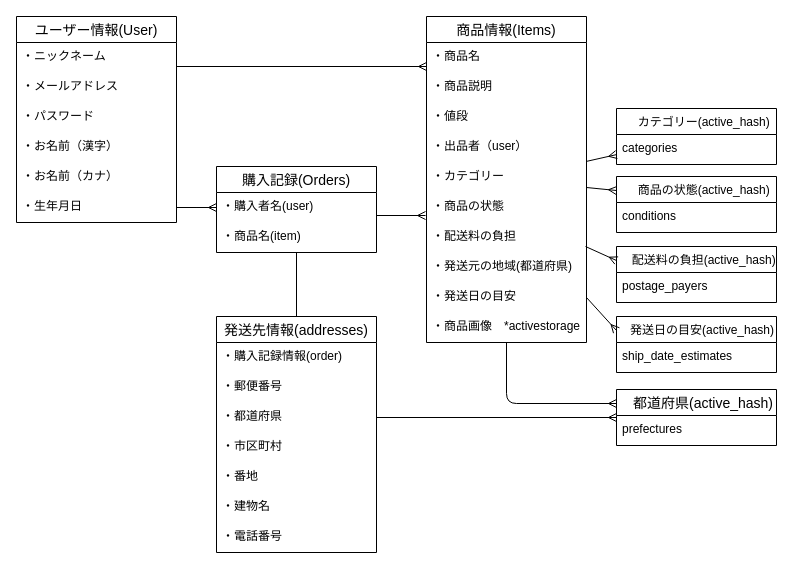
Above: app/test.dio in matsuda0513/furima-41038 (draw.io), before the change. Source tidied: cells renumbered, new cells numbered last; positions are measured from the earlier drawing's top-left corner, leaving out a move shared by most shapes. Both pictures are drawn from the tidied source at 100%, with x=0, y=0 at pixel (16, 16).
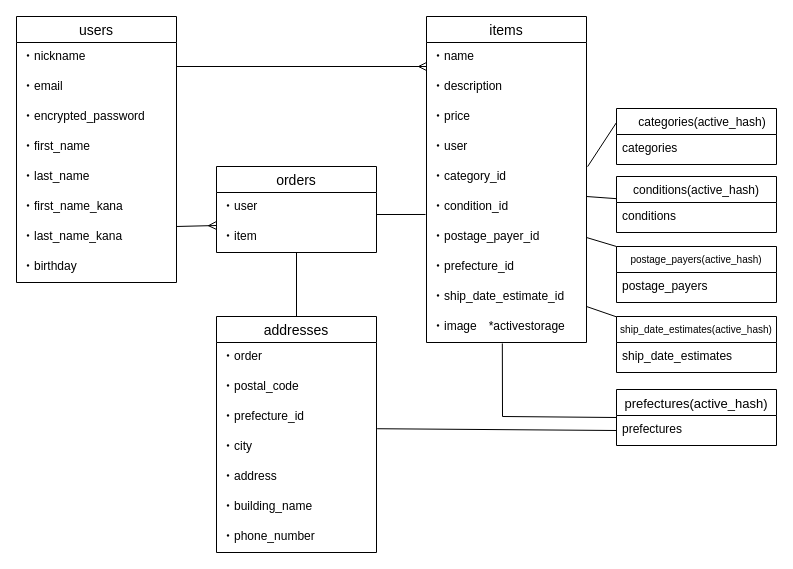
Above is the later version.

Commit message (it also covers changes not shown here):
修正コメントの修正

カラム名複数形、アクティブハッシュのアソシエーション（README、ER図）

The change refers to these unchanged cells:
```xml
<mxCell id="36" value="prefectures" style="text;strokeColor=none;fillColor=none;spacingLeft=4;spacingRight=4;overflow=hidden;points=[[0,0.5],[1,0.5]];portConstraint=eastwest;fontSize=12;" parent="35" vertex="1">
  <mxGeometry y="26" width="160" height="30" as="geometry" />
</mxCell>
```

Change to the diagram source:
```diff
@@
-    <mxCell id="2" value="購入記録(Orders)" style="swimlane;fontStyle=0;horizontal=1;startSize=26;align=center;fontSize=14;" parent="1" vertex="1">
+    <mxCell id="2" value="orders" style="swimlane;fontStyle=0;horizontal=1;startSize=26;align=center;fontSize=14;" parent="1" vertex="1">
       <mxGeometry x="200" y="150" width="160" height="86" as="geometry" />
     </mxCell>
-    <mxCell id="3" value="・購入者名(user)" style="text;strokeColor=none;fillColor=none;spacingLeft=4;spacingRight=4;overflow=hidden;points=[[0,0.5],[1,0.5]];portConstraint=eastwest;fontSize=12;" parent="2" vertex="1">
+    <mxCell id="3" value="・user" style="text;strokeColor=none;fillColor=none;spacingLeft=4;spacingRight=4;overflow=hidden;points=[[0,0.5],[1,0.5]];portConstraint=eastwest;fontSize=12;" parent="2" vertex="1">
       <mxGeometry y="26" width="160" height="30" as="geometry" />
     </mxCell>
-    <mxCell id="4" value="・商品名(item)" style="text;strokeColor=none;fillColor=none;spacingLeft=4;spacingRight=4;overflow=hidden;fontSize=12;" parent="2" vertex="1">
+    <mxCell id="4" value="・item" style="text;strokeColor=none;fillColor=none;spacingLeft=4;spacingRight=4;overflow=hidden;fontSize=12;" parent="2" vertex="1">
       <mxGeometry y="56" width="160" height="30" as="geometry" />
     </mxCell>
-    <mxCell id="5" value="ユーザー情報(User)" style="swimlane;fontStyle=0;horizontal=1;startSize=26;align=center;fontSize=14;" parent="1" vertex="1">
-      <mxGeometry width="160" height="206" as="geometry" />
+    <mxCell id="5" value="users" style="swimlane;fontStyle=0;horizontal=1;startSize=26;align=center;fontSize=14;" parent="1" vertex="1">
+      <mxGeometry width="160" height="266" as="geometry" />
     </mxCell>
-    <mxCell id="6" value="・ニックネーム" style="text;strokeColor=none;fillColor=none;spacingLeft=4;spacingRight=4;overflow=hidden;fontSize=12;" parent="5" vertex="1">
+    <mxCell id="6" value="・nickname" style="text;strokeColor=none;fillColor=none;spacingLeft=4;spacingRight=4;overflow=hidden;fontSize=12;" parent="5" vertex="1">
       <mxGeometry y="26" width="160" height="30" as="geometry" />
     </mxCell>
-    <mxCell id="7" value="・メールアドレス" style="text;strokeColor=none;fillColor=none;spacingLeft=4;spacingRight=4;overflow=hidden;fontSize=12;" parent="5" vertex="1">
+    <mxCell id="7" value="・email" style="text;strokeColor=none;fillColor=none;spacingLeft=4;spacingRight=4;overflow=hidden;fontSize=12;" parent="5" vertex="1">
       <mxGeometry y="56" width="160" height="30" as="geometry" />
     </mxCell>
-    <mxCell id="8" value="・パスワード " style="text;strokeColor=none;fillColor=none;spacingLeft=4;spacingRight=4;overflow=hidden;fontSize=12;" parent="5" vertex="1">
+    <mxCell id="8" value="・encrypted_password" style="text;strokeColor=none;fillColor=none;spacingLeft=4;spacingRight=4;overflow=hidden;fontSize=12;" parent="5" vertex="1">
       <mxGeometry y="86" width="160" height="30" as="geometry" />
     </mxCell>
-    <mxCell id="9" value="・お名前（漢字）" style="text;strokeColor=none;fillColor=none;spacingLeft=4;spacingRight=4;overflow=hidden;fontSize=12;" parent="5" vertex="1">
+    <mxCell id="9" value="・first_name" style="text;strokeColor=none;fillColor=none;spacingLeft=4;spacingRight=4;overflow=hidden;fontSize=12;" parent="5" vertex="1">
       <mxGeometry y="116" width="160" height="30" as="geometry" />
     </mxCell>
+    <mxCell id="51" value="・last_name" style="text;strokeColor=none;fillColor=none;spacingLeft=4;spacingRight=4;overflow=hidden;fontSize=12;" parent="5" vertex="1">
+      <mxGeometry y="146" width="160" height="30" as="geometry" />
+    </mxCell>
+    <mxCell id="52" value="・first_name_kana" style="text;strokeColor=none;fillColor=none;spacingLeft=4;spacingRight=4;overflow=hidden;fontSize=12;" parent="5" vertex="1">
+      <mxGeometry y="176" width="160" height="30" as="geometry" />
+    </mxCell>
-    <mxCell id="10" value="・お名前（カナ）" style="text;strokeColor=none;fillColor=none;spacingLeft=4;spacingRight=4;overflow=hidden;points=[[0,0.5],[1,0.5]];portConstraint=eastwest;fontSize=12;" parent="5" vertex="1">
-      <mxGeometry y="146" width="160" height="30" as="geometry" />
+    <mxCell id="10" value="・last_name_kana" style="text;strokeColor=none;fillColor=none;spacingLeft=4;spacingRight=4;overflow=hidden;points=[[0,0.5],[1,0.5]];portConstraint=eastwest;fontSize=12;" parent="5" vertex="1">
+      <mxGeometry y="206" width="160" height="30" as="geometry" />
     </mxCell>
-    <mxCell id="11" value="・生年月日" style="text;strokeColor=none;fillColor=none;spacingLeft=4;spacingRight=4;overflow=hidden;points=[[0,0.5],[1,0.5]];portConstraint=eastwest;fontSize=12;" parent="5" vertex="1">
-      <mxGeometry y="176" width="160" height="30" as="geometry" />
-    </mxCell>
+    <mxCell id="53" value="・birthday" style="text;strokeColor=none;fillColor=none;spacingLeft=4;spacingRight=4;overflow=hidden;fontSize=12;" parent="5" vertex="1">
+      <mxGeometry y="236" width="160" height="30" as="geometry" />
+    </mxCell>
-    <mxCell id="12" value="商品情報(Items)" style="swimlane;fontStyle=0;horizontal=1;startSize=26;align=center;fontSize=14;" parent="1" vertex="1">
+    <mxCell id="12" value="items" style="swimlane;fontStyle=0;horizontal=1;startSize=26;align=center;fontSize=14;" parent="1" vertex="1">
       <mxGeometry x="410" width="160" height="326" as="geometry" />
     </mxCell>
-    <mxCell id="13" value="・商品名" style="text;strokeColor=none;fillColor=none;spacingLeft=4;spacingRight=4;overflow=hidden;points=[[0,0.5],[1,0.5]];portConstraint=eastwest;fontSize=12;" parent="12" vertex="1">
+    <mxCell id="13" value="・name" style="text;strokeColor=none;fillColor=none;spacingLeft=4;spacingRight=4;overflow=hidden;points=[[0,0.5],[1,0.5]];portConstraint=eastwest;fontSize=12;" parent="12" vertex="1">
       <mxGeometry y="26" width="160" height="30" as="geometry" />
     </mxCell>
-    <mxCell id="14" value="・商品説明" style="text;strokeColor=none;fillColor=none;spacingLeft=4;spacingRight=4;overflow=hidden;fontSize=12;" parent="12" vertex="1">
+    <mxCell id="14" value="・description" style="text;strokeColor=none;fillColor=none;spacingLeft=4;spacingRight=4;overflow=hidden;fontSize=12;" parent="12" vertex="1">
       <mxGeometry y="56" width="160" height="30" as="geometry" />
     </mxCell>
-    <mxCell id="15" value="・値段" style="text;strokeColor=none;fillColor=none;spacingLeft=4;spacingRight=4;overflow=hidden;fontSize=12;" parent="12" vertex="1">
+    <mxCell id="15" value="・price" style="text;strokeColor=none;fillColor=none;spacingLeft=4;spacingRight=4;overflow=hidden;fontSize=12;" parent="12" vertex="1">
       <mxGeometry y="86" width="160" height="30" as="geometry" />
     </mxCell>
-    <mxCell id="16" value="・出品者（user）" style="text;strokeColor=none;fillColor=none;spacingLeft=4;spacingRight=4;overflow=hidden;fontSize=12;" parent="12" vertex="1">
+    <mxCell id="16" value="・user" style="text;strokeColor=none;fillColor=none;spacingLeft=4;spacingRight=4;overflow=hidden;fontSize=12;" parent="12" vertex="1">
       <mxGeometry y="116" width="160" height="30" as="geometry" />
     </mxCell>
-    <mxCell id="17" value="・カテゴリー" style="text;strokeColor=none;fillColor=none;spacingLeft=4;spacingRight=4;overflow=hidden;points=[[0,0.5],[1,0.5]];portConstraint=eastwest;fontSize=12;" parent="12" vertex="1">
+    <mxCell id="17" value="・category_id" style="text;strokeColor=none;fillColor=none;spacingLeft=4;spacingRight=4;overflow=hidden;points=[[0,0.5],[1,0.5]];portConstraint=eastwest;fontSize=12;" parent="12" vertex="1">
       <mxGeometry y="146" width="160" height="30" as="geometry" />
     </mxCell>
-    <mxCell id="18" value="・商品の状態" style="text;strokeColor=none;fillColor=none;spacingLeft=4;spacingRight=4;overflow=hidden;points=[[0,0.5],[1,0.5]];portConstraint=eastwest;fontSize=12;" parent="12" vertex="1">
+    <mxCell id="18" value="・condition_id" style="text;strokeColor=none;fillColor=none;spacingLeft=4;spacingRight=4;overflow=hidden;points=[[0,0.5],[1,0.5]];portConstraint=eastwest;fontSize=12;" parent="12" vertex="1">
       <mxGeometry y="176" width="160" height="30" as="geometry" />
     </mxCell>
-    <mxCell id="19" value="・配送料の負担" style="text;strokeColor=none;fillColor=none;spacingLeft=4;spacingRight=4;overflow=hidden;points=[[0,0.5],[1,0.5]];portConstraint=eastwest;fontSize=12;" parent="12" vertex="1">
+    <mxCell id="19" value="・postage_payer_id" style="text;strokeColor=none;fillColor=none;spacingLeft=4;spacingRight=4;overflow=hidden;points=[[0,0.5],[1,0.5]];portConstraint=eastwest;fontSize=12;" parent="12" vertex="1">
       <mxGeometry y="206" width="160" height="30" as="geometry" />
     </mxCell>
-    <mxCell id="20" value="・発送元の地域(都道府県)" style="text;strokeColor=none;fillColor=none;spacingLeft=4;spacingRight=4;overflow=hidden;fontSize=12;" parent="12" vertex="1">
+    <mxCell id="20" value="・prefecture_id" style="text;strokeColor=none;fillColor=none;spacingLeft=4;spacingRight=4;overflow=hidden;fontSize=12;" parent="12" vertex="1">
       <mxGeometry y="236" width="160" height="30" as="geometry" />
     </mxCell>
-    <mxCell id="21" value="・発送日の目安" style="text;strokeColor=none;fillColor=none;spacingLeft=4;spacingRight=4;overflow=hidden;points=[[0,0.5],[1,0.5]];portConstraint=eastwest;fontSize=12;" parent="12" vertex="1">
+    <mxCell id="21" value="・ship_date_estimate_id" style="text;strokeColor=none;fillColor=none;spacingLeft=4;spacingRight=4;overflow=hidden;points=[[0,0.5],[1,0.5]];portConstraint=eastwest;fontSize=12;" parent="12" vertex="1">
       <mxGeometry y="266" width="160" height="30" as="geometry" />
     </mxCell>
-    <mxCell id="22" value="・商品画像　*activestorage" style="text;strokeColor=none;fillColor=none;spacingLeft=4;spacingRight=4;overflow=hidden;points=[[0,0.5],[1,0.5]];portConstraint=eastwest;fontSize=12;" parent="12" vertex="1">
+    <mxCell id="22" value="・image　*activestorage" style="text;strokeColor=none;fillColor=none;spacingLeft=4;spacingRight=4;overflow=hidden;points=[[0,0.5],[1,0.5]];portConstraint=eastwest;fontSize=12;" parent="12" vertex="1">
       <mxGeometry y="296" width="160" height="30" as="geometry" />
     </mxCell>
-    <mxCell id="23" value="発送先情報(addresses)" style="swimlane;fontStyle=0;horizontal=1;startSize=26;align=center;fontSize=14;" parent="1" vertex="1">
+    <mxCell id="23" value="addresses" style="swimlane;fontStyle=0;horizontal=1;startSize=26;align=center;fontSize=14;" parent="1" vertex="1">
       <mxGeometry x="200" y="300" width="160" height="236" as="geometry" />
     </mxCell>
-    <mxCell id="24" value="・購入記録情報(order)" style="text;strokeColor=none;fillColor=none;spacingLeft=4;spacingRight=4;overflow=hidden;fontSize=12;" parent="23" vertex="1">
+    <mxCell id="24" value="・order" style="text;strokeColor=none;fillColor=none;spacingLeft=4;spacingRight=4;overflow=hidden;fontSize=12;" parent="23" vertex="1">
       <mxGeometry y="26" width="160" height="30" as="geometry" />
     </mxCell>
-    <mxCell id="25" value="・郵便番号    " style="text;strokeColor=none;fillColor=none;spacingLeft=4;spacingRight=4;overflow=hidden;fontSize=12;" parent="23" vertex="1">
+    <mxCell id="25" value="・postal_code" style="text;strokeColor=none;fillColor=none;spacingLeft=4;spacingRight=4;overflow=hidden;fontSize=12;" parent="23" vertex="1">
       <mxGeometry y="56" width="160" height="30" as="geometry" />
     </mxCell>
-    <mxCell id="26" value="・都道府県" style="text;strokeColor=none;fillColor=none;spacingLeft=4;spacingRight=4;overflow=hidden;points=[[0,0.5],[1,0.5]];portConstraint=eastwest;fontSize=12;" parent="23" vertex="1">
+    <mxCell id="26" value="・prefecture_id" style="text;strokeColor=none;fillColor=none;spacingLeft=4;spacingRight=4;overflow=hidden;points=[[0,0.5],[1,0.5]];portConstraint=eastwest;fontSize=12;" parent="23" vertex="1">
       <mxGeometry y="86" width="160" height="30" as="geometry" />
     </mxCell>
-    <mxCell id="27" value="・市区町村" style="text;strokeColor=none;fillColor=none;spacingLeft=4;spacingRight=4;overflow=hidden;points=[[0,0.5],[1,0.5]];portConstraint=eastwest;fontSize=12;" parent="23" vertex="1">
+    <mxCell id="27" value="・city" style="text;strokeColor=none;fillColor=none;spacingLeft=4;spacingRight=4;overflow=hidden;points=[[0,0.5],[1,0.5]];portConstraint=eastwest;fontSize=12;" parent="23" vertex="1">
       <mxGeometry y="116" width="160" height="30" as="geometry" />
     </mxCell>
-    <mxCell id="28" value="・番地" style="text;strokeColor=none;fillColor=none;spacingLeft=4;spacingRight=4;overflow=hidden;fontSize=12;" parent="23" vertex="1">
+    <mxCell id="28" value="・address" style="text;strokeColor=none;fillColor=none;spacingLeft=4;spacingRight=4;overflow=hidden;fontSize=12;" parent="23" vertex="1">
       <mxGeometry y="146" width="160" height="30" as="geometry" />
     </mxCell>
-    <mxCell id="29" value="・建物名" style="text;strokeColor=none;fillColor=none;spacingLeft=4;spacingRight=4;overflow=hidden;fontSize=12;" parent="23" vertex="1">
+    <mxCell id="29" value="・building_name" style="text;strokeColor=none;fillColor=none;spacingLeft=4;spacingRight=4;overflow=hidden;fontSize=12;" parent="23" vertex="1">
       <mxGeometry y="176" width="160" height="30" as="geometry" />
     </mxCell>
-    <mxCell id="30" value="・電話番号" style="text;strokeColor=none;fillColor=none;spacingLeft=4;spacingRight=4;overflow=hidden;fontSize=12;" parent="23" vertex="1">
+    <mxCell id="30" value="・phone_number" style="text;strokeColor=none;fillColor=none;spacingLeft=4;spacingRight=4;overflow=hidden;fontSize=12;" parent="23" vertex="1">
       <mxGeometry y="206" width="160" height="30" as="geometry" />
     </mxCell>
-    <mxCell id="31" style="edgeStyle=entityRelationEdgeStyle;fontSize=12;html=1;endArrow=ERmany;exitX=1;exitY=0.5;exitDx=0;exitDy=0;" parent="1" edge="1" source="11" target="3">
-      <mxGeometry relative="1" as="geometry" />
-    </mxCell>
@@
-    <mxCell id="33" value="　 カテゴリー(active_hash)" style="swimlane;fontStyle=0;horizontal=1;startSize=26;align=center;fontSize=12;" parent="1" vertex="1">
+    <mxCell id="33" value="　categories(active_hash)" style="swimlane;fontStyle=0;horizontal=1;startSize=26;align=center;fontSize=12;" parent="1" vertex="1">
       <mxGeometry x="600" y="92" width="160" height="56" as="geometry" />
     </mxCell>
@@
-    <mxCell id="35" value="　都道府県(active_hash)" style="swimlane;fontStyle=0;horizontal=1;startSize=26;align=center;fontSize=14;" parent="1" vertex="1">
+    <mxCell id="35" value="prefectures(active_hash)" style="swimlane;fontStyle=0;horizontal=1;startSize=26;align=center;fontSize=13;" parent="1" vertex="1">
       <mxGeometry x="600" y="373" width="160" height="56" as="geometry" />
     </mxCell>
@@
-    <mxCell id="37" value="　 商品の状態(active_hash)" style="swimlane;fontStyle=0;horizontal=1;startSize=26;align=center;fontSize=12;" parent="1" vertex="1">
+    <mxCell id="37" value="conditions(active_hash)" style="swimlane;fontStyle=0;horizontal=1;startSize=26;align=center;fontSize=12;" parent="1" vertex="1">
       <mxGeometry x="600" y="160" width="160" height="56" as="geometry" />
     </mxCell>
@@
-    <mxCell id="39" value="　 配送料の負担(active_hash)" style="swimlane;fontStyle=0;horizontal=1;startSize=26;align=center;fontSize=12;" parent="1" vertex="1">
+    <mxCell id="39" value="postage_payers(active_hash)" style="swimlane;fontStyle=0;horizontal=1;startSize=26;align=center;fontSize=10;" parent="1" vertex="1">
       <mxGeometry x="600" y="230" width="160" height="56" as="geometry" />
     </mxCell>
@@
-    <mxCell id="41" value="　発送日の目安(active_hash)" style="swimlane;fontStyle=0;horizontal=1;startSize=26;align=center;fontSize=12;" parent="1" vertex="1">
+    <mxCell id="41" value="ship_date_estimates(active_hash)" style="swimlane;fontStyle=0;horizontal=1;startSize=26;align=center;fontSize=10;" parent="1" vertex="1">
       <mxGeometry x="600" y="300" width="160" height="56" as="geometry" />
     </mxCell>
@@
-    <mxCell id="43" style="edgeStyle=none;html=1;fontSize=12;entryX=-0.006;entryY=0.767;entryDx=0;entryDy=0;entryPerimeter=0;endArrow=ERmany;endFill=0;" parent="1" edge="1" target="18">
-      <mxGeometry relative="1" as="geometry">
-        <mxPoint x="360" y="199" as="sourcePoint" />
-      </mxGeometry>
-    </mxCell>
@@
-    <mxCell id="45" style="edgeStyle=none;html=1;fontSize=12;endArrow=ERmany;endFill=0;" parent="1" edge="1" source="12" target="33">
-      <mxGeometry relative="1" as="geometry" />
-    </mxCell>
-    <mxCell id="46" style="edgeStyle=none;html=1;fontSize=12;endArrow=ERmany;endFill=0;entryX=0;entryY=0.25;entryDx=0;entryDy=0;" parent="1" edge="1" source="12" target="37">
-      <mxGeometry relative="1" as="geometry" />
-    </mxCell>
+    <mxCell id="54" style="edgeStyle=none;html=1;fontSize=12;entryX=-0.006;entryY=0.767;entryDx=0;entryDy=0;entryPerimeter=0;endArrow=ERmany;endFill=0;exitX=1;exitY=0.133;exitDx=0;exitDy=0;exitPerimeter=0;" parent="1" edge="1" source="10">
+      <mxGeometry relative="1" as="geometry">
+        <mxPoint x="200" y="209" as="targetPoint" />
+      </mxGeometry>
+    </mxCell>
+    <mxCell id="55" style="endArrow=none;html=1;rounded=0;entryX=-0.006;entryY=0.733;entryDx=0;entryDy=0;entryPerimeter=0;" parent="1" edge="1" target="18">
+      <mxGeometry relative="1" as="geometry">
+        <mxPoint x="360" y="198" as="sourcePoint" />
+      </mxGeometry>
+    </mxCell>
+    <mxCell id="56" style="endArrow=none;html=1;rounded=0;entryX=0;entryY=0.5;entryDx=0;entryDy=0;exitX=1.004;exitY=-0.126;exitDx=0;exitDy=0;exitPerimeter=0;" parent="1" edge="1" source="27" target="36">
+      <mxGeometry relative="1" as="geometry" />
+    </mxCell>
+    <mxCell id="57" style="endArrow=none;html=1;rounded=0;entryX=0;entryY=0.5;entryDx=0;entryDy=0;exitX=0.474;exitY=1.032;exitDx=0;exitDy=0;exitPerimeter=0;" parent="1" edge="1" source="22" target="35">
+      <mxGeometry relative="1" as="geometry">
+        <Array as="points">
+          <mxPoint x="486" y="400" />
+        </Array>
+      </mxGeometry>
+    </mxCell>
+    <mxCell id="49" style="endArrow=none;html=1;rounded=0;exitX=1;exitY=0.8;exitDx=0;exitDy=0;exitPerimeter=0;" parent="1" edge="1" source="21" target="41">
+      <mxGeometry relative="1" as="geometry" />
+    </mxCell>
-    <mxCell id="47" style="edgeStyle=none;html=1;fontSize=12;endArrow=ERmany;endFill=0;entryX=0;entryY=0.25;entryDx=0;entryDy=0;exitX=0.994;exitY=0.8;exitDx=0;exitDy=0;exitPerimeter=0;" parent="1" edge="1" source="19" target="39">
+    <mxCell id="47" style="endArrow=none;html=1;rounded=0;exitX=1;exitY=0.5;exitDx=0;exitDy=0;entryX=0;entryY=0;entryDx=0;entryDy=0;" parent="1" edge="1" source="19" target="39">
       <mxGeometry relative="1" as="geometry" />
     </mxCell>
-    <mxCell id="48" style="edgeStyle=none;html=1;fontSize=12;endArrow=ERmany;endFill=0;entryX=0;entryY=0.25;entryDx=0;entryDy=0;" parent="1" edge="1" source="12" target="35">
-      <mxGeometry relative="1" as="geometry">
-        <Array as="points">
-          <mxPoint x="490" y="387" />
-        </Array>
-      </mxGeometry>
-    </mxCell>
-    <mxCell id="49" style="edgeStyle=none;html=1;fontSize=12;endArrow=ERmany;endFill=0;entryX=0;entryY=0.25;entryDx=0;entryDy=0;exitX=1;exitY=0.5;exitDx=0;exitDy=0;" parent="1" edge="1" source="21" target="41">
-      <mxGeometry relative="1" as="geometry" />
-    </mxCell>
-    <mxCell id="50" style="edgeStyle=none;html=1;fontSize=12;endArrow=ERmany;endFill=0;entryX=0;entryY=0.5;entryDx=0;entryDy=0;exitX=1;exitY=0.5;exitDx=0;exitDy=0;" parent="1" edge="1" source="26" target="35">
-      <mxGeometry relative="1" as="geometry" />
-    </mxCell>
+    <mxCell id="58" style="endArrow=none;html=1;rounded=0;" parent="1" edge="1" target="37">
+      <mxGeometry relative="1" as="geometry">
+        <mxPoint x="570" y="180" as="sourcePoint" />
+      </mxGeometry>
+    </mxCell>
+    <mxCell id="59" style="endArrow=none;html=1;rounded=0;exitX=1.007;exitY=0.137;exitDx=0;exitDy=0;exitPerimeter=0;entryX=0;entryY=0.25;entryDx=0;entryDy=0;" parent="1" edge="1" source="17" target="33">
+      <mxGeometry relative="1" as="geometry" />
+    </mxCell>
```
